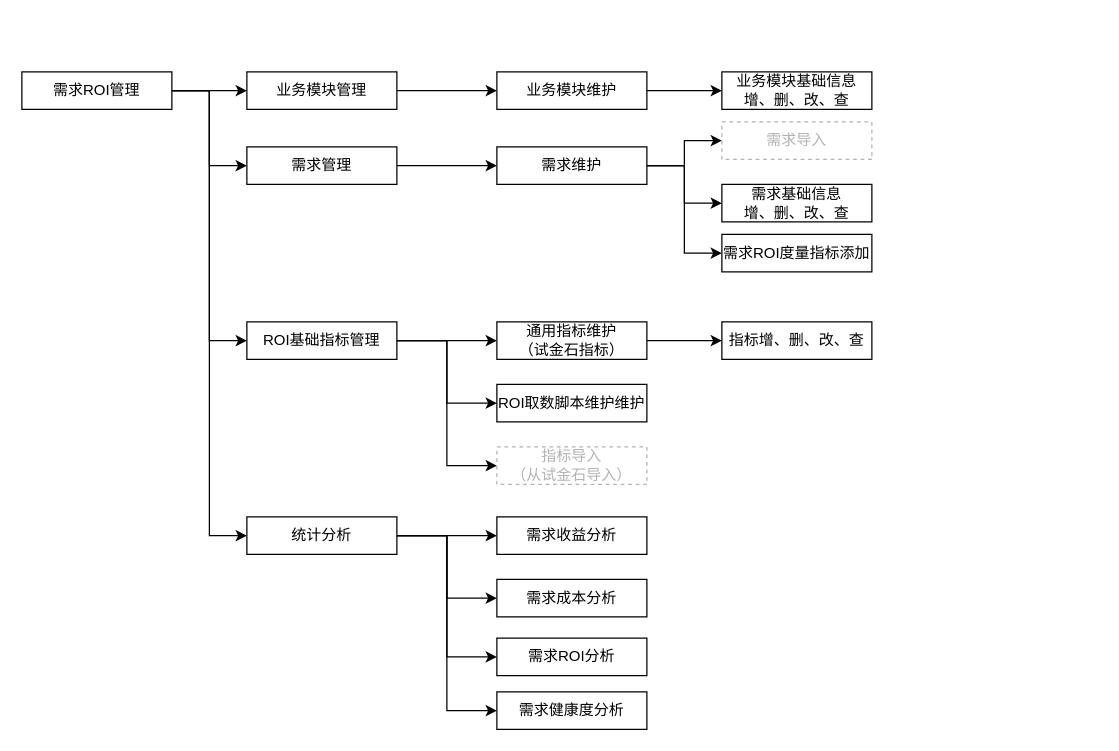
lihongliang1989/diagram keeps this draw.io diagram as page "功能结构图" (3 of 3) of 需求ROI评估.drawio. Above is the earlier version. Source tidied: cells renumbered, new cells numbered last; positions are measured from the earlier drawing's top-left corner, leaving out a move shared by most shapes. Both pictures are drawn from the tidied source at 125%, with x=0, y=0 at pixel (21, 71).
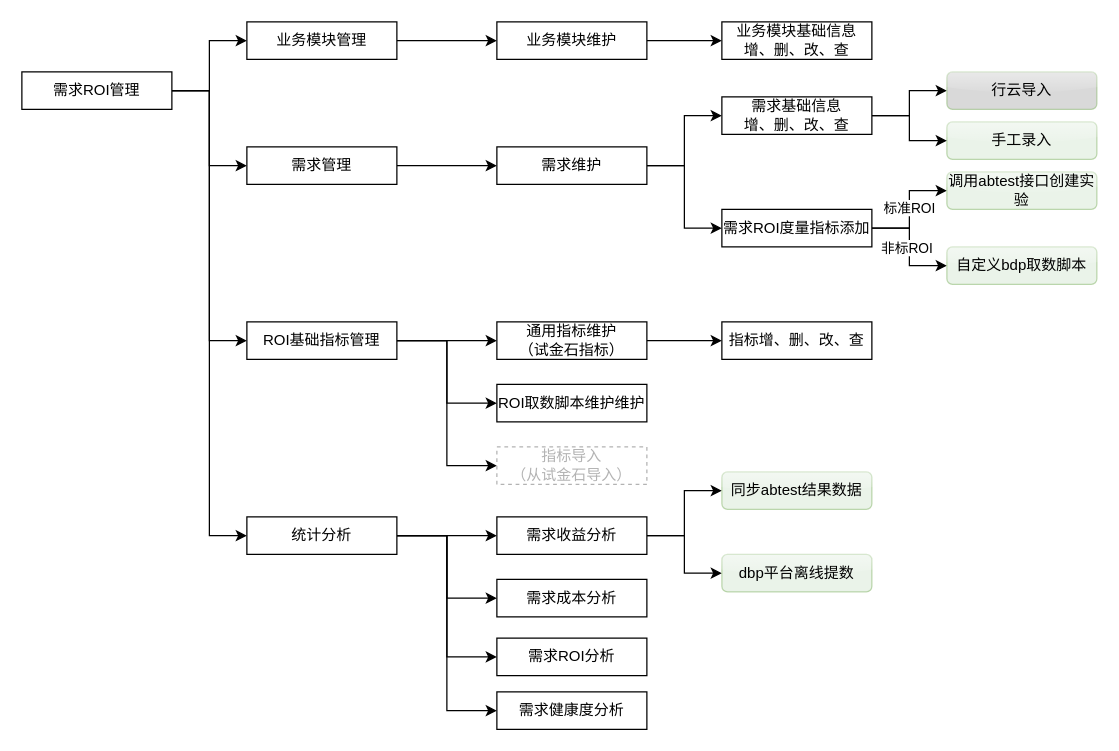
The same page after the edit.

Unchanged cells that the change refers to:
```xml
<mxCell id="16" value="需求维护" style="rounded=0;whiteSpace=wrap;html=1;gradientColor=none;" parent="1" vertex="1">
  <mxGeometry x="380" y="60" width="120" height="30" as="geometry" />
</mxCell>
<mxCell id="28" value="需求收益分析" style="rounded=0;whiteSpace=wrap;html=1;gradientColor=none;" parent="1" vertex="1">
  <mxGeometry x="380" y="356" width="120" height="30" as="geometry" />
</mxCell>
```

Diff of the diagram source:
```diff
@@
-    <mxCell id="8" style="edgeStyle=orthogonalEdgeStyle;rounded=0;jettySize=auto;html=1;entryX=0;entryY=0.5;entryDx=0;entryDy=0;exitX=1;exitY=0.5;exitDx=0;exitDy=0;" parent="1" edge="1" source="16" target="17">
-      <mxGeometry relative="1" as="geometry" />
-    </mxCell>
@@
-    <mxCell id="17" value="需求导入" style="rounded=0;whiteSpace=wrap;html=1;gradientColor=none;dashed=1;fontColor=#B3B3B3;strokeColor=#B3B3B3;" parent="1" vertex="1">
-      <mxGeometry x="560" y="40" width="120" height="30" as="geometry" />
+    <mxCell id="17" value="手工录入" style="rounded=1;whiteSpace=wrap;html=1;gradientColor=none;fontColor=#000000;strokeColor=#82b366;shadow=0;fillColor=#d5e8d4;glass=1;opacity=50;sketch=0;" parent="1" vertex="1">
+      <mxGeometry x="740" y="40" width="120" height="30" as="geometry" />
     </mxCell>
@@
+    <mxCell id="39" style="edgeStyle=orthogonalEdgeStyle;rounded=0;jettySize=auto;html=1;fontColor=#B3B3B3;entryX=0;entryY=0.5;entryDx=0;entryDy=0;" parent="1" edge="1" source="28" target="47">
+      <mxGeometry relative="1" as="geometry" />
+    </mxCell>
+    <mxCell id="40" style="edgeStyle=orthogonalEdgeStyle;rounded=0;jettySize=auto;html=1;entryX=0;entryY=0.5;entryDx=0;entryDy=0;fontColor=#B3B3B3;" parent="1" edge="1" source="28" target="48">
+      <mxGeometry relative="1" as="geometry" />
+    </mxCell>
@@
+    <mxCell id="41" style="edgeStyle=orthogonalEdgeStyle;rounded=0;jettySize=auto;html=1;entryX=0;entryY=0.5;entryDx=0;entryDy=0;fontColor=#000000;" parent="1" edge="1" source="30" target="51">
+      <mxGeometry relative="1" as="geometry" />
+    </mxCell>
+    <mxCell id="42" style="edgeStyle=orthogonalEdgeStyle;rounded=0;jettySize=auto;html=1;entryX=0;entryY=0.5;entryDx=0;entryDy=0;fontColor=#000000;" parent="1" edge="1" source="30" target="17">
+      <mxGeometry relative="1" as="geometry" />
+    </mxCell>
     <mxCell id="30" value="需求基础信息&lt;br&gt;增、删、改、查" style="rounded=0;whiteSpace=wrap;html=1;gradientColor=none;" parent="1" vertex="1">
-      <mxGeometry x="560" y="90" width="120" height="30" as="geometry" />
+      <mxGeometry x="560" y="20" width="120" height="30" as="geometry" />
     </mxCell>
@@
     <mxCell id="34" value="业务模块管理" style="rounded=0;whiteSpace=wrap;html=1;gradientColor=none;" parent="1" vertex="1">
-      <mxGeometry x="180" width="120" height="30" as="geometry" />
+      <mxGeometry x="180" y="-40" width="120" height="30" as="geometry" />
     </mxCell>
@@
     <mxCell id="36" value="业务模块维护" style="rounded=0;whiteSpace=wrap;html=1;gradientColor=none;" parent="1" vertex="1">
-      <mxGeometry x="380" width="120" height="30" as="geometry" />
+      <mxGeometry x="380" y="-40" width="120" height="30" as="geometry" />
     </mxCell>
     <mxCell id="37" value="业务模块基础信息&lt;br&gt;增、删、改、查" style="rounded=0;whiteSpace=wrap;html=1;gradientColor=none;" parent="1" vertex="1">
-      <mxGeometry x="560" width="120" height="30" as="geometry" />
+      <mxGeometry x="560" y="-40" width="120" height="30" as="geometry" />
     </mxCell>
+    <mxCell id="43" style="edgeStyle=orthogonalEdgeStyle;rounded=0;jettySize=auto;html=1;entryX=0;entryY=0.5;entryDx=0;entryDy=0;fontColor=#B3B3B3;" parent="1" edge="1" source="38" target="49">
+      <mxGeometry relative="1" as="geometry" />
+    </mxCell>
+    <mxCell id="44" value="标准ROI" style="edgeLabel;html=1;align=center;verticalAlign=middle;" parent="43" vertex="1">
+      <mxGeometry x="0.04" y="1" relative="1" as="geometry" />
+    </mxCell>
+    <mxCell id="45" style="edgeStyle=orthogonalEdgeStyle;rounded=0;jettySize=auto;html=1;entryX=0;entryY=0.5;entryDx=0;entryDy=0;fontColor=#B3B3B3;" parent="1" edge="1" source="38" target="50">
+      <mxGeometry relative="1" as="geometry" />
+    </mxCell>
+    <mxCell id="46" value="非标ROI" style="edgeLabel;html=1;align=center;verticalAlign=middle;" parent="45" vertex="1">
+      <mxGeometry x="0.01" y="-3" relative="1" as="geometry" />
+    </mxCell>
     <mxCell id="38" value="需求ROI度量指标添加" style="rounded=0;whiteSpace=wrap;html=1;gradientColor=none;" parent="1" vertex="1">
-      <mxGeometry x="560" y="130" width="120" height="30" as="geometry" />
+      <mxGeometry x="560" y="110" width="120" height="30" as="geometry" />
     </mxCell>
+    <mxCell id="47" value="同步abtest结果数据" style="rounded=1;whiteSpace=wrap;html=1;opacity=50;glass=1;shadow=0;sketch=0;fillColor=#d5e8d4;strokeColor=#82b366;" parent="1" vertex="1">
+      <mxGeometry x="560" y="320" width="120" height="30" as="geometry" />
+    </mxCell>
+    <mxCell id="48" value="dbp平台离线提数" style="rounded=1;whiteSpace=wrap;html=1;gradientColor=none;shadow=0;strokeColor=#82b366;fillColor=#d5e8d4;glass=1;opacity=50;sketch=0;" parent="1" vertex="1">
+      <mxGeometry x="560" y="386" width="120" height="30" as="geometry" />
+    </mxCell>
+    <mxCell id="49" value="调用abtest接口创建实验" style="rounded=1;whiteSpace=wrap;html=1;opacity=50;glass=1;shadow=0;sketch=0;fillColor=#d5e8d4;strokeColor=#82b366;" parent="1" vertex="1">
+      <mxGeometry x="740" y="80" width="120" height="30" as="geometry" />
+    </mxCell>
+    <mxCell id="50" value="自定义bdp取数脚本" style="rounded=1;whiteSpace=wrap;html=1;opacity=50;glass=1;shadow=0;sketch=0;fillColor=#d5e8d4;strokeColor=#82b366;" parent="1" vertex="1">
+      <mxGeometry x="740" y="140" width="120" height="30" as="geometry" />
+    </mxCell>
+    <mxCell id="51" value="行云导入" style="rounded=1;whiteSpace=wrap;html=1;gradientColor=none;fontColor=#000000;strokeColor=#82b366;shadow=0;glass=1;opacity=50;sketch=0;fillColor=#B3B3B3;" parent="1" vertex="1">
+      <mxGeometry x="740" width="120" height="30" as="geometry" />
+    </mxCell>
```
